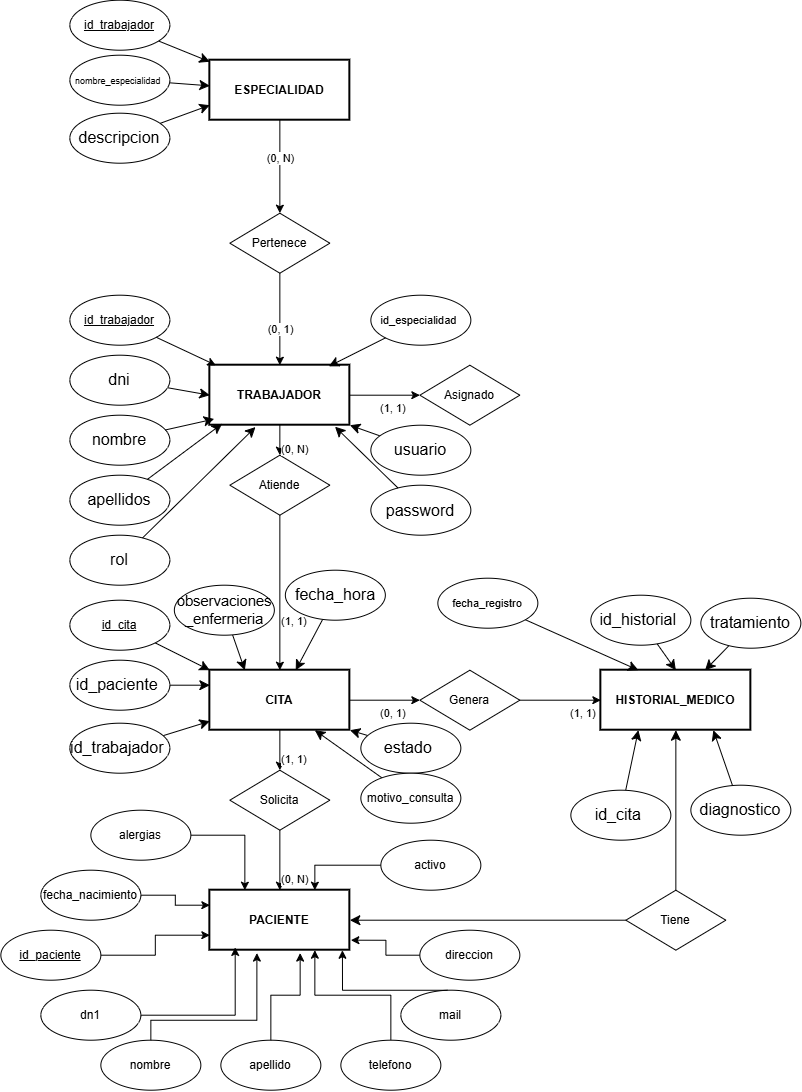
Before: docs/Diagramas/proyect0.drawio.png, a diagram exported from draw.io (pausama3/trabajo_final_grado). Source tidied: cells renumbered, new cells last; positions are measured from the earlier drawing's top-left corner, leaving out a move shared by most shapes.
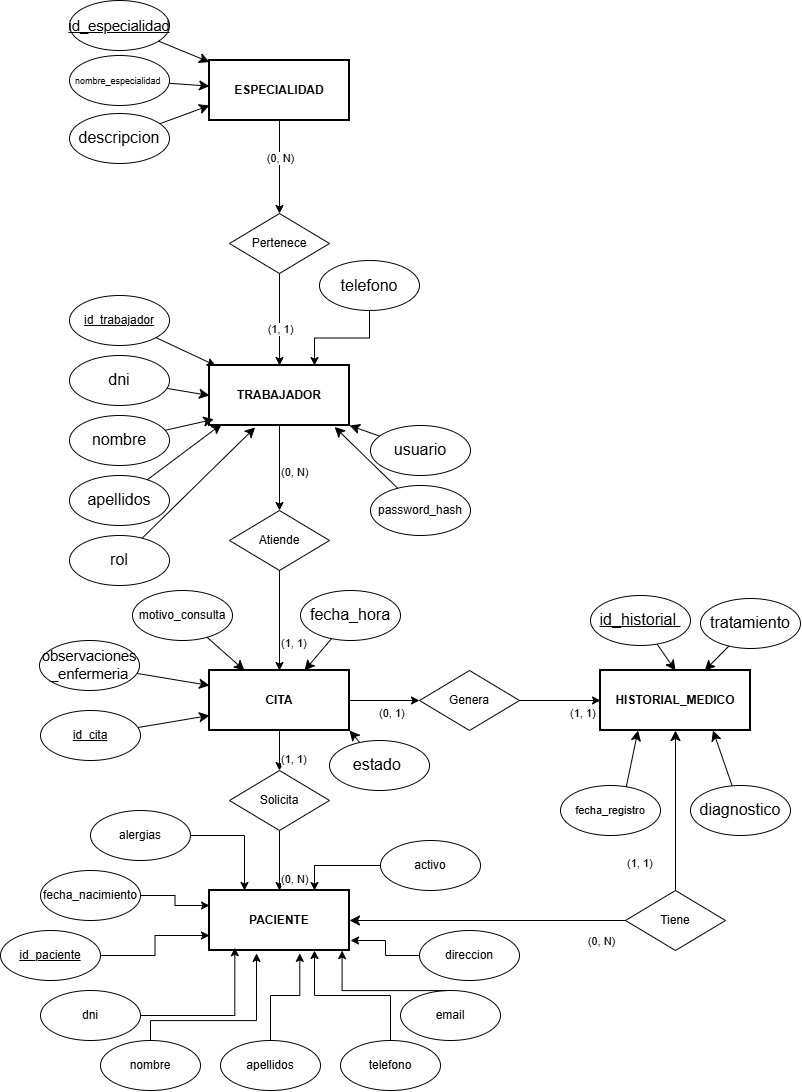
The same file after the commit.

The edit, as a diff of the source:
```diff
@@ -32,17 +32,22 @@
     <mxCell id="11" value="(0, N)" style="edgeLabel;html=1;align=center;verticalAlign=middle;" parent="10" vertex="1">
       <mxGeometry x="-0.2" relative="1" as="geometry" />
     </mxCell>
+    <mxCell id="100" value="(0, N)" style="edgeLabel;html=1;align=center;verticalAlign=middle;" parent="10" vertex="1">
+      <mxGeometry x="-0.2" relative="1" as="geometry">
+        <mxPoint x="321" y="783" as="offset" />
+      </mxGeometry>
+    </mxCell>
     <mxCell id="12" style="exitX=0.5;exitY=1;exitDx=0;exitDy=0;" parent="1" edge="1" source="9" target="5">
       <mxGeometry relative="1" as="geometry" />
     </mxCell>
-    <mxCell id="13" value="(0, 1)" style="edgeLabel;html=1;align=center;verticalAlign=middle;" parent="12" vertex="1">
+    <mxCell id="13" value="(1, 1)" style="edgeLabel;html=1;align=center;verticalAlign=middle;" parent="12" vertex="1">
       <mxGeometry x="0.2" relative="1" as="geometry" />
     </mxCell>
     <mxCell id="14" value="CITA" style="whiteSpace=wrap;html=1;fontStyle=1;strokeWidth=2;" parent="1" vertex="1">
       <mxGeometry x="209" y="670" width="140" height="60" as="geometry" />
     </mxCell>
     <mxCell id="15" value="Atiende" style="rhombus;whiteSpace=wrap;html=1;" parent="1" vertex="1">
-      <mxGeometry x="229" y="455" width="100" height="60" as="geometry" />
+      <mxGeometry x="229" y="510" width="100" height="60" as="geometry" />
     </mxCell>
     <mxCell id="16" parent="1" edge="1" source="5" target="15">
       <mxGeometry relative="1" as="geometry" />
@@ -56,6 +61,11 @@
     <mxCell id="19" value="(1, 1)" style="edgeLabel;html=1;" parent="18" vertex="1">
       <mxGeometry x="0.2" relative="1" as="geometry" />
     </mxCell>
+    <mxCell id="27" value="(1, 1)" style="edgeLabel;html=1;" parent="18" vertex="1">
+      <mxGeometry x="0.2" relative="1" as="geometry">
+        <mxPoint x="346" y="220" as="offset" />
+      </mxGeometry>
+    </mxCell>
     <mxCell id="20" value="Solicita" style="rhombus;whiteSpace=wrap;html=1;" parent="1" vertex="1">
       <mxGeometry x="229" y="770" width="100" height="60" as="geometry" />
     </mxCell>
@@ -71,15 +81,6 @@
     <mxCell id="24" value="(0, N)" style="edgeLabel;html=1;" parent="23" vertex="1">
       <mxGeometry x="0.2" relative="1" as="geometry" />
     </mxCell>
-    <mxCell id="25" value="Asignado" style="rhombus;whiteSpace=wrap;html=1;" parent="1" vertex="1">
-      <mxGeometry x="419" y="365" width="100" height="60" as="geometry" />
-    </mxCell>
-    <mxCell id="26" parent="1" edge="1" source="5" target="25">
-      <mxGeometry relative="1" as="geometry" />
-    </mxCell>
-    <mxCell id="27" value="(1, 1)" style="edgeLabel;html=1;" parent="26" vertex="1">
-      <mxGeometry x="-0.2" relative="1" as="geometry" />
-    </mxCell>
     <mxCell id="28" value="HISTORIAL_MEDICO" style="whiteSpace=wrap;html=1;fontStyle=1;strokeWidth=2;" parent="1" vertex="1">
       <mxGeometry x="600" y="670" width="150" height="60" as="geometry" />
     </mxCell>
@@ -101,7 +102,7 @@
     <mxCell id="34" style="edgeStyle=none;curved=1;rounded=0;jettySize=auto;html=1;fontSize=12;startSize=8;endSize=8;" parent="1" edge="1" source="35" target="8">
       <mxGeometry relative="1" as="geometry" />
     </mxCell>
-    <mxCell id="35" value="&lt;u&gt;id_trabajador&lt;/u&gt;" style="ellipse;whiteSpace=wrap;html=1;" parent="1" vertex="1">
+    <mxCell id="35" value="&lt;code&gt;&lt;span lang=&quot;es&quot; style=&quot;font-size:11.0pt;&lt;br/&gt;line-height:150%;font-family:&amp;quot;Arial&amp;quot;,sans-serif;mso-fareast-font-family:Arial;&lt;br/&gt;mso-ansi-language:#000A;mso-fareast-language:ES;mso-bidi-language:AR-SA&quot;&gt;&lt;u&gt;id_especialidad&lt;/u&gt;&lt;/span&gt;&lt;/code&gt;&lt;span lang=&quot;es&quot; style=&quot;font-size:11.0pt;line-height:150%;font-family:&amp;quot;Arial&amp;quot;,sans-serif;&lt;br/&gt;mso-fareast-font-family:Arial;mso-ansi-language:#000A;mso-fareast-language:&lt;br/&gt;ES;mso-bidi-language:AR-SA&quot;&gt;&lt;/span&gt;" style="ellipse;whiteSpace=wrap;html=1;" parent="1" vertex="1">
       <mxGeometry x="69" width="100" height="50" as="geometry" />
     </mxCell>
     <mxCell id="36" style="edgeStyle=none;curved=1;rounded=0;jettySize=auto;html=1;fontSize=12;startSize=8;endSize=8;" parent="1" edge="1" source="37" target="8">
@@ -140,65 +141,47 @@
     <mxCell id="47" style="edgeStyle=none;curved=1;rounded=0;jettySize=auto;html=1;entryX=0.088;entryY=0.975;entryDx=0;entryDy=0;entryPerimeter=0;fontSize=12;startSize=8;endSize=8;" parent="1" edge="1" source="44" target="5">
       <mxGeometry relative="1" as="geometry" />
     </mxCell>
-    <mxCell id="48" value="&lt;span style=&quot;line-height: 115%; font-family: Aptos, sans-serif;&quot;&gt;&lt;font style=&quot;font-size: 11px;&quot;&gt;id_especialidad&amp;nbsp;&lt;/font&gt;&lt;/span&gt;" style="ellipse;whiteSpace=wrap;html=1;" parent="1" vertex="1">
-      <mxGeometry x="370" y="295" width="100" height="50" as="geometry" />
-    </mxCell>
-    <mxCell id="49" style="edgeStyle=none;curved=1;rounded=0;jettySize=auto;html=1;entryX=0.85;entryY=0.019;entryDx=0;entryDy=0;entryPerimeter=0;fontSize=12;startSize=8;endSize=8;" parent="1" edge="1" source="48" target="5">
-      <mxGeometry relative="1" as="geometry" />
-    </mxCell>
     <mxCell id="50" style="edgeStyle=none;curved=1;rounded=0;jettySize=auto;html=1;entryX=1;entryY=1;entryDx=0;entryDy=0;fontSize=12;startSize=8;endSize=8;" parent="1" edge="1" source="51" target="5">
       <mxGeometry relative="1" as="geometry" />
     </mxCell>
     <mxCell id="51" value="&lt;span style=&quot;font-size:12.0pt;line-height:115%;&lt;br/&gt;font-family:&amp;quot;Aptos&amp;quot;,sans-serif;mso-fareast-font-family:Aptos;mso-bidi-font-family:&lt;br/&gt;Arial;mso-ansi-language:ES;mso-fareast-language:EN-US;mso-bidi-language:AR-SA&quot;&gt;usuario&lt;/span&gt;" style="ellipse;whiteSpace=wrap;html=1;" parent="1" vertex="1">
       <mxGeometry x="370" y="425" width="100" height="50" as="geometry" />
     </mxCell>
-    <mxCell id="52" value="&lt;span style=&quot;font-size: 16px;&quot;&gt;password&lt;/span&gt;" style="ellipse;whiteSpace=wrap;html=1;" parent="1" vertex="1">
+    <mxCell id="52" value="password_hash" style="ellipse;whiteSpace=wrap;html=1;" parent="1" vertex="1">
       <mxGeometry x="370" y="485" width="100" height="50" as="geometry" />
     </mxCell>
     <mxCell id="53" style="edgeStyle=none;curved=1;rounded=0;jettySize=auto;html=1;entryX=0.894;entryY=1.025;entryDx=0;entryDy=0;entryPerimeter=0;fontSize=12;startSize=8;endSize=8;" parent="1" edge="1" source="52" target="5">
       <mxGeometry relative="1" as="geometry" />
     </mxCell>
-    <mxCell id="54" style="edgeStyle=none;curved=1;rounded=0;jettySize=auto;html=1;fontSize=12;startSize=8;endSize=8;entryX=0;entryY=0;entryDx=0;entryDy=0;" parent="1" edge="1" source="55" target="14">
+    <mxCell id="54" style="edgeStyle=none;curved=1;rounded=0;jettySize=auto;html=1;fontSize=12;startSize=8;endSize=8;entryX=0;entryY=0.75;entryDx=0;entryDy=0;" parent="1" edge="1" source="55" target="14">
       <mxGeometry relative="1" as="geometry" />
     </mxCell>
     <mxCell id="55" value="&lt;u&gt;id_cita&lt;/u&gt;" style="ellipse;whiteSpace=wrap;html=1;" parent="1" vertex="1">
-      <mxGeometry x="69" y="600" width="100" height="50" as="geometry" />
+      <mxGeometry x="40" y="710" width="100" height="50" as="geometry" />
     </mxCell>
-    <mxCell id="56" style="edgeStyle=none;curved=1;rounded=0;jettySize=auto;html=1;entryX=0;entryY=0.25;entryDx=0;entryDy=0;fontSize=12;startSize=8;endSize=8;" parent="1" edge="1" source="57" target="14">
-      <mxGeometry relative="1" as="geometry" />
-    </mxCell>
-    <mxCell id="57" value="&lt;span style=&quot;font-size:12.0pt;line-height:115%;&lt;br/&gt;font-family:&amp;quot;Aptos&amp;quot;,sans-serif;mso-fareast-font-family:Aptos;mso-bidi-font-family:&lt;br/&gt;Arial;mso-ansi-language:ES;mso-fareast-language:EN-US;mso-bidi-language:AR-SA&quot;&gt;id_paciente&amp;nbsp;&lt;/span&gt;" style="ellipse;whiteSpace=wrap;html=1;" parent="1" vertex="1">
-      <mxGeometry x="69" y="660" width="100" height="50" as="geometry" />
-    </mxCell>
-    <mxCell id="58" style="edgeStyle=none;curved=1;rounded=0;jettySize=auto;html=1;fontSize=12;startSize=8;endSize=8;" parent="1" edge="1" source="59" target="14">
-      <mxGeometry relative="1" as="geometry" />
-    </mxCell>
-    <mxCell id="59" value="&lt;span style=&quot;font-size:12.0pt;line-height:115%;&lt;br/&gt;font-family:&amp;quot;Aptos&amp;quot;,sans-serif;mso-fareast-font-family:Aptos;mso-bidi-font-family:&lt;br/&gt;Arial;mso-ansi-language:ES;mso-fareast-language:EN-US;mso-bidi-language:AR-SA&quot;&gt;id_trabajador&amp;nbsp;&lt;/span&gt;" style="ellipse;whiteSpace=wrap;html=1;" parent="1" vertex="1">
-      <mxGeometry x="69" y="723" width="100" height="50" as="geometry" />
-    </mxCell>
     <mxCell id="60" style="edgeStyle=none;curved=1;rounded=0;jettySize=auto;html=1;fontSize=12;startSize=8;endSize=8;" parent="1" edge="1" source="61" target="14">
       <mxGeometry relative="1" as="geometry" />
     </mxCell>
     <mxCell id="61" value="&lt;span style=&quot;font-size:12.0pt;line-height:115%;&lt;br/&gt;font-family:&amp;quot;Aptos&amp;quot;,sans-serif;mso-fareast-font-family:Aptos;mso-bidi-font-family:&lt;br/&gt;Arial;mso-ansi-language:ES;mso-fareast-language:EN-US;mso-bidi-language:AR-SA&quot;&gt;fecha_hora&lt;/span&gt;" style="ellipse;whiteSpace=wrap;html=1;" parent="1" vertex="1">
-      <mxGeometry x="284.5" y="570" width="100" height="50" as="geometry" />
+      <mxGeometry x="300" y="590" width="100" height="50" as="geometry" />
     </mxCell>
     <mxCell id="62" style="edgeStyle=none;curved=1;rounded=0;jettySize=auto;html=1;entryX=1;entryY=1;entryDx=0;entryDy=0;fontSize=12;startSize=8;endSize=8;" parent="1" edge="1" source="63" target="14">
       <mxGeometry relative="1" as="geometry" />
     </mxCell>
     <mxCell id="63" value="&lt;span style=&quot;font-size:12.0pt;line-height:115%;&lt;br/&gt;font-family:&amp;quot;Aptos&amp;quot;,sans-serif;mso-fareast-font-family:Aptos;mso-bidi-font-family:&lt;br/&gt;Arial;mso-ansi-language:ES;mso-fareast-language:EN-US;mso-bidi-language:AR-SA&quot;&gt;estado&amp;nbsp;&lt;/span&gt;" style="ellipse;whiteSpace=wrap;html=1;" parent="1" vertex="1">
-      <mxGeometry x="360" y="723" width="100" height="50" as="geometry" />
+      <mxGeometry x="329" y="740" width="100" height="50" as="geometry" />
     </mxCell>
-    <mxCell id="64" style="edgeStyle=none;curved=1;rounded=0;jettySize=auto;html=1;entryX=0.75;entryY=1;entryDx=0;entryDy=0;fontSize=12;startSize=8;endSize=8;" parent="1" edge="1" source="65" target="14">
+    <mxCell id="64" style="edgeStyle=none;curved=1;rounded=0;jettySize=auto;html=1;entryX=0.25;entryY=0;entryDx=0;entryDy=0;fontSize=12;startSize=8;endSize=8;" parent="1" edge="1" source="65" target="14">
       <mxGeometry relative="1" as="geometry" />
     </mxCell>
     <mxCell id="65" value="&lt;span style=&quot;line-height: 115%;&quot;&gt;&lt;font&gt;motivo_consulta&lt;/font&gt;&lt;/span&gt;" style="ellipse;whiteSpace=wrap;html=1;" parent="1" vertex="1">
-      <mxGeometry x="360" y="773" width="100" height="50" as="geometry" />
+      <mxGeometry x="132" y="590" width="100" height="50" as="geometry" />
     </mxCell>
-    <mxCell id="66" style="edgeStyle=none;curved=1;rounded=0;jettySize=auto;html=1;entryX=0.25;entryY=0;entryDx=0;entryDy=0;fontSize=12;startSize=8;endSize=8;" parent="1" edge="1" source="67" target="14">
+    <mxCell id="66" style="edgeStyle=none;curved=1;rounded=0;jettySize=auto;html=1;entryX=0;entryY=0.25;entryDx=0;entryDy=0;fontSize=12;startSize=8;endSize=8;" parent="1" edge="1" source="67" target="14">
       <mxGeometry relative="1" as="geometry" />
     </mxCell>
     <mxCell id="67" value="&lt;code&gt;&lt;span lang=&quot;es&quot; style=&quot;font-size:11.0pt;&lt;br/&gt;line-height:150%;font-family:&amp;quot;Arial&amp;quot;,sans-serif;mso-fareast-font-family:Arial;&lt;br/&gt;mso-ansi-language:#000A;mso-fareast-language:ES;mso-bidi-language:AR-SA&quot;&gt;observaciones&lt;br&gt;_enfermeria&lt;/span&gt;&lt;/code&gt;" style="ellipse;whiteSpace=wrap;html=1;" parent="1" vertex="1">
-      <mxGeometry x="173.5" y="585" width="100" height="50" as="geometry" />
+      <mxGeometry x="39" y="640" width="100" height="50" as="geometry" />
     </mxCell>
     <mxCell id="68" style="edgeStyle=none;curved=1;rounded=0;jettySize=auto;html=1;entryX=1;entryY=0.5;entryDx=0;entryDy=0;fontSize=12;startSize=8;endSize=8;" parent="1" edge="1" source="70" target="2">
       <mxGeometry relative="1" as="geometry" />
@@ -212,13 +195,13 @@
     <mxCell id="71" value="&lt;span style=&quot;line-height: 115%;&quot;&gt;&lt;font&gt;nombre&lt;/font&gt;&lt;/span&gt;" style="ellipse;whiteSpace=wrap;html=1;" parent="1" vertex="1">
       <mxGeometry x="100" y="1040" width="100" height="50" as="geometry" />
     </mxCell>
-    <mxCell id="72" value="&lt;span style=&quot;line-height: 115%;&quot;&gt;&lt;font&gt;dn1&lt;/font&gt;&lt;/span&gt;" style="ellipse;whiteSpace=wrap;html=1;" parent="1" vertex="1">
+    <mxCell id="72" value="dni" style="ellipse;whiteSpace=wrap;html=1;" parent="1" vertex="1">
       <mxGeometry x="40" y="990" width="100" height="50" as="geometry" />
     </mxCell>
-    <mxCell id="73" value="&lt;span style=&quot;line-height: 115%;&quot;&gt;&lt;font&gt;apellido&lt;/font&gt;&lt;/span&gt;" style="ellipse;whiteSpace=wrap;html=1;" parent="1" vertex="1">
+    <mxCell id="73" value="&lt;span style=&quot;line-height: 115%;&quot;&gt;&lt;font&gt;apellidos&lt;/font&gt;&lt;/span&gt;" style="ellipse;whiteSpace=wrap;html=1;" parent="1" vertex="1">
       <mxGeometry x="220" y="1040" width="100" height="50" as="geometry" />
     </mxCell>
-    <mxCell id="74" value="&lt;span style=&quot;line-height: 115%;&quot;&gt;&lt;font&gt;mail&lt;/font&gt;&lt;/span&gt;" style="ellipse;whiteSpace=wrap;html=1;" parent="1" vertex="1">
+    <mxCell id="74" value="&lt;span style=&quot;line-height: 115%;&quot;&gt;&lt;font&gt;email&lt;/font&gt;&lt;/span&gt;" style="ellipse;whiteSpace=wrap;html=1;" parent="1" vertex="1">
       <mxGeometry x="400" y="990" width="100" height="50" as="geometry" />
     </mxCell>
     <mxCell id="75" style="edgeStyle=orthogonalEdgeStyle;curved=1;rounded=0;orthogonalLoop=1;jettySize=auto;html=1;innerLoopWaypoints=1;exitX=0.5;exitY=1;exitDx=0;exitDy=0;fontSize=12;startSize=8;endSize=8;" parent="1" edge="1" source="63" target="63">
@@ -236,16 +219,15 @@
     <mxCell id="79" value="&lt;span style=&quot;font-size:12.0pt;line-height:115%;&lt;br/&gt;font-family:&amp;quot;Aptos&amp;quot;,sans-serif;mso-fareast-font-family:Aptos;mso-bidi-font-family:&lt;br/&gt;Arial;mso-ansi-language:ES;mso-fareast-language:EN-US;mso-bidi-language:AR-SA&quot;&gt;diagnostico&lt;/span&gt;" style="ellipse;whiteSpace=wrap;html=1;" parent="1" vertex="1">
       <mxGeometry x="690" y="785" width="100" height="50" as="geometry" />
     </mxCell>
-    <mxCell id="80" style="edgeStyle=none;curved=1;rounded=0;jettySize=auto;html=1;entryX=0.25;entryY=1;entryDx=0;entryDy=0;fontSize=12;startSize=8;endSize=8;" parent="1" edge="1" source="81" target="28">
-      <mxGeometry relative="1" as="geometry" />
+    <mxCell id="80" style="edgeStyle=none;curved=1;rounded=0;jettySize=auto;html=1;entryX=0.25;entryY=1;entryDx=0;entryDy=0;fontSize=12;startSize=8;endSize=8;" parent="1" edge="1" target="28">
+      <mxGeometry relative="1" as="geometry">
+        <mxPoint x="625" y="790.1" as="sourcePoint" />
+      </mxGeometry>
     </mxCell>
-    <mxCell id="81" value="&lt;span style=&quot;font-size:12.0pt;line-height:115%;&lt;br/&gt;font-family:&amp;quot;Aptos&amp;quot;,sans-serif;mso-fareast-font-family:Aptos;mso-bidi-font-family:&lt;br/&gt;Arial;mso-ansi-language:ES;mso-fareast-language:EN-US;mso-bidi-language:AR-SA&quot;&gt;id_cita&amp;nbsp;&lt;/span&gt;" style="ellipse;whiteSpace=wrap;html=1;" parent="1" vertex="1">
-      <mxGeometry x="570" y="790" width="100" height="50" as="geometry" />
-    </mxCell>
     <mxCell id="82" style="edgeStyle=none;curved=1;rounded=0;jettySize=auto;html=1;entryX=0.5;entryY=0;entryDx=0;entryDy=0;fontSize=12;startSize=8;endSize=8;" parent="1" edge="1" source="83" target="28">
       <mxGeometry relative="1" as="geometry" />
     </mxCell>
-    <mxCell id="83" value="&lt;span style=&quot;font-size:12.0pt;line-height:115%;&lt;br/&gt;font-family:&amp;quot;Aptos&amp;quot;,sans-serif;mso-fareast-font-family:Aptos;mso-bidi-font-family:&lt;br/&gt;Arial;mso-ansi-language:ES;mso-fareast-language:EN-US;mso-bidi-language:AR-SA&quot;&gt;id_historial&amp;nbsp;&lt;/span&gt;" style="ellipse;whiteSpace=wrap;html=1;" parent="1" vertex="1">
+    <mxCell id="83" value="&lt;span style=&quot;font-size:12.0pt;line-height:115%;&amp;lt;br/&amp;gt;font-family:&amp;quot;Aptos&amp;quot;,sans-serif;mso-fareast-font-family:Aptos;mso-bidi-font-family:&amp;lt;br/&amp;gt;Arial;mso-ansi-language:ES;mso-fareast-language:EN-US;mso-bidi-language:AR-SA&quot;&gt;&lt;u&gt;id_historial&amp;nbsp;&lt;/u&gt;&lt;/span&gt;" style="ellipse;whiteSpace=wrap;html=1;" parent="1" vertex="1">
       <mxGeometry x="590" y="595" width="100" height="50" as="geometry" />
     </mxCell>
     <mxCell id="84" style="edgeStyle=none;curved=1;rounded=0;jettySize=auto;html=1;fontSize=12;startSize=8;endSize=8;" parent="1" edge="1" source="85" target="28">
@@ -254,11 +236,8 @@
     <mxCell id="85" value="&lt;span style=&quot;font-size:12.0pt;line-height:115%;&lt;br/&gt;font-family:&amp;quot;Aptos&amp;quot;,sans-serif;mso-fareast-font-family:Aptos;mso-bidi-font-family:&lt;br/&gt;Arial;mso-ansi-language:ES;mso-fareast-language:EN-US;mso-bidi-language:AR-SA&quot;&gt;tratamiento&lt;/span&gt;" style="ellipse;whiteSpace=wrap;html=1;" parent="1" vertex="1">
       <mxGeometry x="700" y="598" width="100" height="50" as="geometry" />
     </mxCell>
-    <mxCell id="86" style="edgeStyle=none;curved=1;rounded=0;jettySize=auto;html=1;entryX=0.25;entryY=0;entryDx=0;entryDy=0;fontSize=12;startSize=8;endSize=8;" parent="1" edge="1" source="87" target="28">
-      <mxGeometry relative="1" as="geometry" />
-    </mxCell>
     <mxCell id="87" value="&lt;font style=&quot;font-size: 11px;&quot;&gt;&lt;span style=&quot;line-height: 115%;&quot;&gt;fecha_&lt;/span&gt;&lt;span style=&quot;line-height: 115%;&quot;&gt;registro&lt;/span&gt;&lt;/font&gt;" style="ellipse;whiteSpace=wrap;html=1;" parent="1" vertex="1">
-      <mxGeometry x="437" y="578" width="100" height="50" as="geometry" />
+      <mxGeometry x="560" y="785" width="100" height="50" as="geometry" />
     </mxCell>
     <mxCell id="88" style="edgeStyle=orthogonalEdgeStyle;rounded=0;jettySize=auto;html=1;entryX=0;entryY=0.25;entryDx=0;entryDy=0;" parent="1" edge="1" source="89" target="2">
       <mxGeometry relative="1" as="geometry" />
@@ -307,5 +286,11 @@
     <mxCell id="99" style="edgeStyle=orthogonalEdgeStyle;rounded=0;jettySize=auto;html=1;entryX=0.181;entryY=0.954;entryDx=0;entryDy=0;entryPerimeter=0;" parent="1" edge="1" source="72" target="2">
       <mxGeometry relative="1" as="geometry" />
     </mxCell>
+    <mxCell id="101" style="edgeStyle=orthogonalEdgeStyle;rounded=0;jettySize=auto;html=1;entryX=0.75;entryY=0;entryDx=0;entryDy=0;defaultLabelBackgroundColor=page;" parent="1" edge="1" source="102" target="5">
+      <mxGeometry relative="1" as="geometry" />
+    </mxCell>
+    <mxCell id="102" value="&lt;span style=&quot;font-size: 16px;&quot;&gt;telefono&lt;/span&gt;" style="ellipse;whiteSpace=wrap;html=1;" parent="1" vertex="1">
+      <mxGeometry x="319" y="260" width="100" height="50" as="geometry" />
+    </mxCell>
   </root>
 </mxGraphModel>
```
